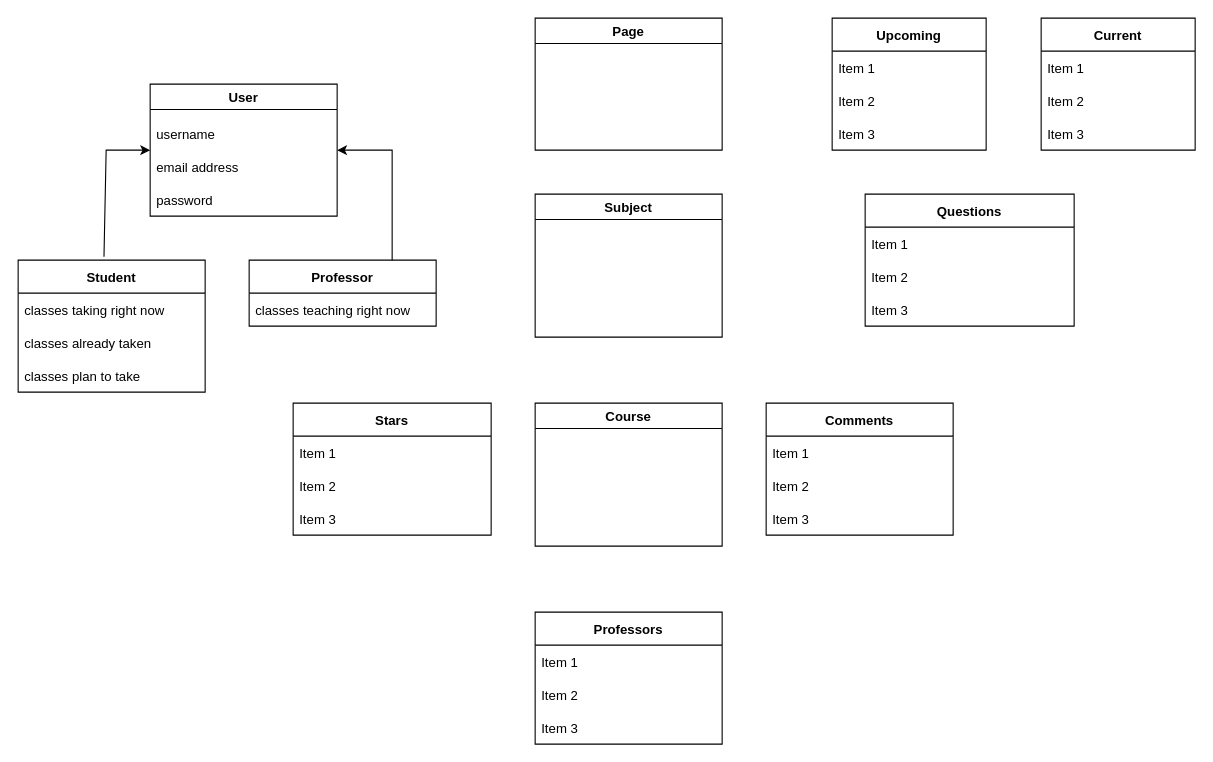
Above: Domain Model.drawio in I-Dont-Want-An-F/Project (draw.io), before the change. Source tidied: cells renumbered, new cells numbered last; positions are measured from the earlier drawing's top-left corner, leaving out a move shared by most shapes. Both pictures are drawn from the tidied source at 110%, with x=0, y=0 at pixel (18, 18).
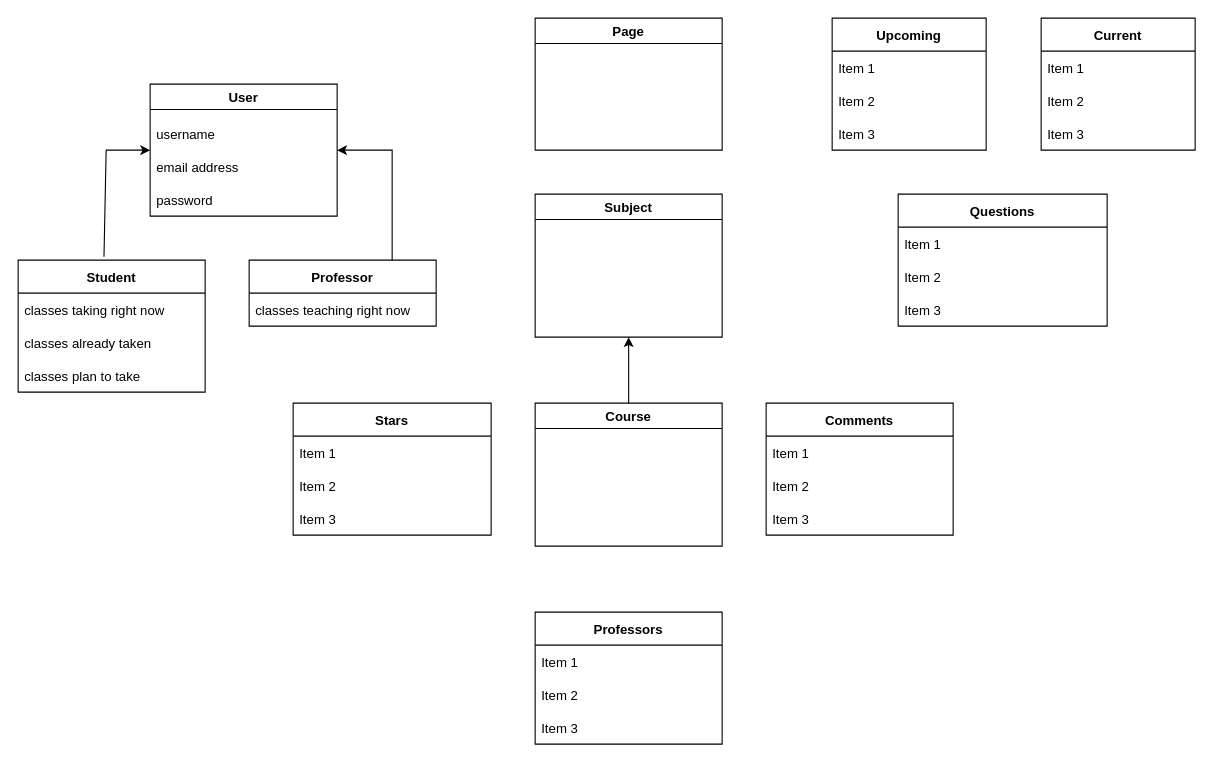
After the change.

The change refers to these unchanged cells:
```xml
<mxCell id="17" value="Subject" style="swimlane;startSize=23;" parent="1" vertex="1">
  <mxGeometry x="470" y="160" width="170" height="130" as="geometry" />
</mxCell>
<mxCell id="22" value="Course" style="swimlane;" parent="1" vertex="1">
  <mxGeometry x="470" y="350" width="170" height="130" as="geometry" />
</mxCell>
```

Change to the diagram source:
```diff
@@
     <mxCell id="23" value="Questions" style="swimlane;fontStyle=1;horizontal=1;startSize=30;" parent="1" vertex="1">
-      <mxGeometry x="770" y="160" width="190" height="120" as="geometry" />
+      <mxGeometry x="800" y="160" width="190" height="120" as="geometry" />
     </mxCell>
@@
+    <mxCell id="41" style="endArrow=classic;html=1;rounded=0;entryX=0.5;entryY=1;entryDx=0;entryDy=0;exitX=0.5;exitY=0;exitDx=0;exitDy=0;" parent="1" edge="1" source="22" target="17">
+      <mxGeometry relative="1" as="geometry" />
+    </mxCell>
```
